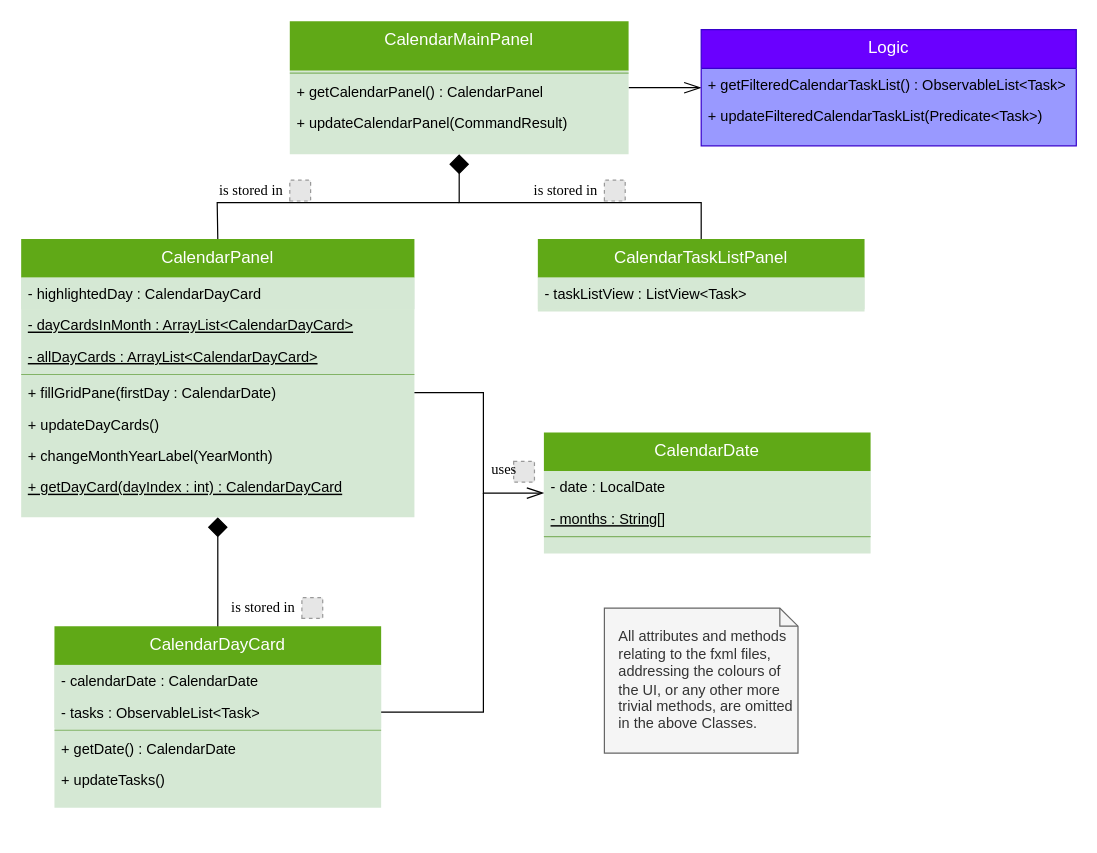
This is docs/diagrams/CalendarUiClassDiagram.drawio from yapdianhao/main, a draw.io file, before an edit. Source tidied: cells renumbered, new cells numbered last; positions are measured from the earlier drawing's top-left corner, leaving out a move shared by most shapes. Both pictures are drawn from the tidied source at 121%, with x=0, y=0 at pixel (21, 21). Pictures stored in the file or linked from it are replaced by grey dashed boxes.
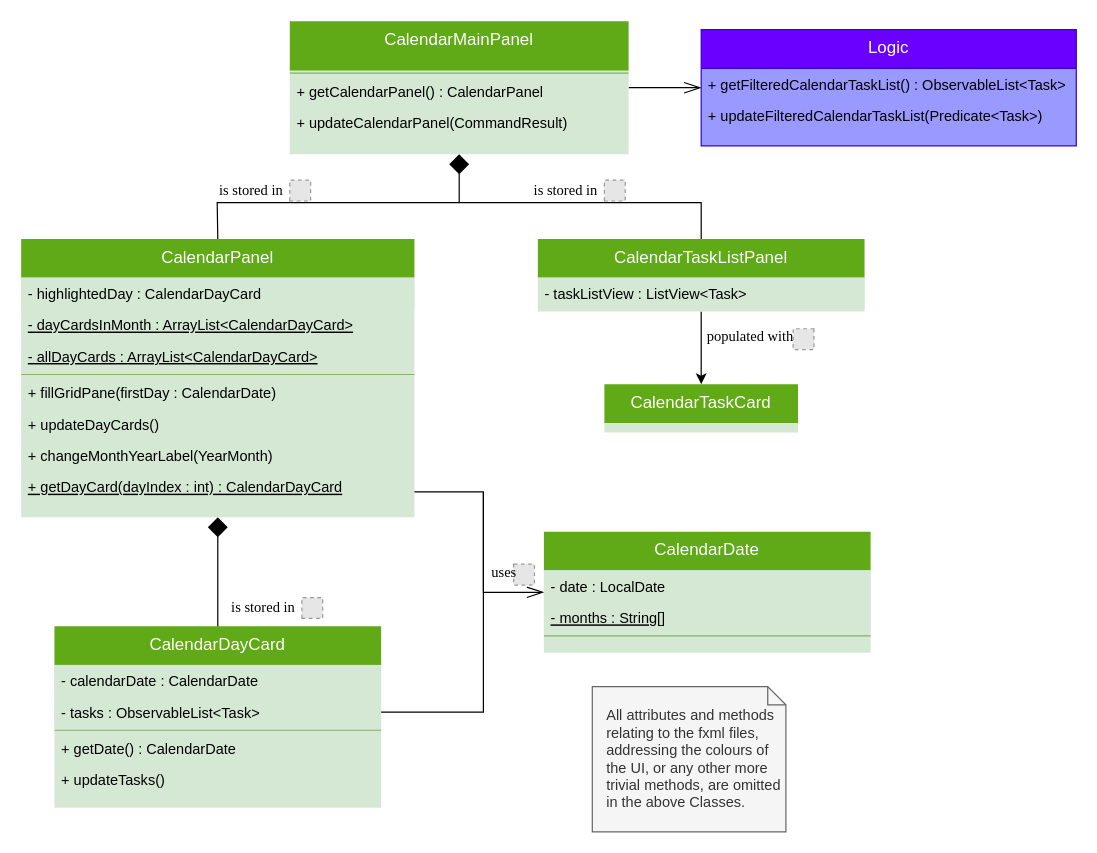
Above is the later version.

The change refers to these unchanged cells:
```xml
<mxCell id="8" value="CalendarTaskListPanel" style="swimlane;fontStyle=0;align=center;verticalAlign=top;horizontal=1;startSize=32;rounded=0;shadow=0;strokeWidth=1;fillColor=#60a917;strokeColor=none;fontColor=#ffffff;swimlaneFillColor=#D5E8D4;fontSize=14;" parent="1" vertex="1">
  <mxGeometry x="427" y="180" width="270" height="60" as="geometry" />
</mxCell>
<mxCell id="18" value="+ fillGridPane(firstDay : CalendarDate)" style="text;strokeColor=none;fillColor=none;align=left;verticalAlign=top;spacingLeft=4;spacingRight=4;overflow=hidden;points=[[0,0.5],[1,0.5]];portConstraint=eastwest;fontSize=12;" parent="13" vertex="1">
  <mxGeometry y="114" width="325" height="26" as="geometry" />
</mxCell>
```

Diff of the diagram source:
```diff
@@
     <mxCell id="7" value="&lt;div&gt;All attributes and methods relating to the fxml files, addressing the colours of the UI, or any other more trivial methods, are omitted in the above Classes.&lt;/div&gt;" style="shape=note;size=15;align=left;spacingLeft=10;html=1;whiteSpace=wrap;fillColor=#f5f5f5;strokeColor=#666666;fontColor=#333333;" parent="1" vertex="1">
-      <mxGeometry x="482" y="485" width="160" height="120" as="geometry" />
+      <mxGeometry x="472" y="550" width="160" height="120" as="geometry" />
     </mxCell>
+    <mxCell id="49" style="edgeStyle=orthogonalEdgeStyle;rounded=0;jettySize=auto;html=1;exitX=0.5;exitY=1;exitDx=0;exitDy=0;entryX=0.5;entryY=0;entryDx=0;entryDy=0;" parent="1" edge="1" source="8" target="51">
+      <mxGeometry relative="1" as="geometry" />
+    </mxCell>
@@
-    <mxCell id="28" style="edgeStyle=orthogonalEdgeStyle;rounded=0;jettySize=auto;html=1;exitX=1;exitY=0.5;exitDx=0;exitDy=0;entryX=0;entryY=0.5;entryDx=0;entryDy=0;startArrow=none;startFill=0;endArrow=openThin;endFill=0;endSize=12;strokeWidth=1;fontSize=12;" parent="1" edge="1" source="18" target="30">
+    <mxCell id="28" style="edgeStyle=orthogonalEdgeStyle;rounded=0;jettySize=auto;html=1;exitX=1;exitY=0.5;exitDx=0;exitDy=0;entryX=0;entryY=0.5;entryDx=0;entryDy=0;startArrow=none;startFill=0;endArrow=openThin;endFill=0;endSize=12;strokeWidth=1;fontSize=12;" parent="1" edge="1" target="30">
       <mxGeometry relative="1" as="geometry">
+        <mxPoint x="325" y="389" as="sourcePoint" />
         <Array as="points">
-          <mxPoint x="382" y="307" />
-          <mxPoint x="382" y="390" />
+          <mxPoint x="382" y="389" />
+          <mxPoint x="382" y="472" />
         </Array>
       </mxGeometry>
     </mxCell>
@@
     <mxCell id="30" value="CalendarDate" style="swimlane;fontStyle=0;align=center;verticalAlign=top;horizontal=1;startSize=32;rounded=0;shadow=0;strokeWidth=1;fillColor=#60a917;strokeColor=none;fontColor=#ffffff;swimlaneFillColor=#D5E8D4;fontSize=14;" parent="1" vertex="1">
-      <mxGeometry x="432" y="340" width="270" height="100" as="geometry" />
+      <mxGeometry x="432" y="422" width="270" height="100" as="geometry" />
     </mxCell>
@@
+    <mxCell id="50" style="group;" parent="1" vertex="1">
+      <mxGeometry x="387" y="446" width="77.2" height="20" as="geometry" />
+    </mxCell>
-    <mxCell id="46" style="group;" parent="1" vertex="1">
-      <mxGeometry x="387" y="361" width="77.2" height="20" as="geometry" />
+    <mxCell id="46" style="group;" parent="50" vertex="1">
+      <mxGeometry width="77.2" height="20" as="geometry" />
     </mxCell>
@@
+    <mxCell id="51" value="CalendarTaskCard" style="swimlane;fontStyle=0;align=center;verticalAlign=top;horizontal=1;startSize=32;rounded=0;shadow=0;strokeWidth=1;fillColor=#60a917;strokeColor=none;fontColor=#ffffff;swimlaneFillColor=#D5E8D4;fontSize=14;" parent="1" vertex="1">
+      <mxGeometry x="482" y="300" width="160" height="40" as="geometry" />
+    </mxCell>
+    <mxCell id="52" style="group;" parent="1" vertex="1">
+      <mxGeometry x="565" y="250" width="80" height="21.4" as="geometry" />
+    </mxCell>
+    <mxCell id="53" value="&lt;div align=&quot;left&quot;&gt;&lt;p&gt;&lt;font face=&quot;Times New Roman&quot;&gt;populated with&lt;/font&gt;&lt;/p&gt;&lt;/div&gt;" style="text;html=1;align=left;verticalAlign=middle;whiteSpace=wrap;rounded=0;shadow=0;" parent="52" vertex="1">
+      <mxGeometry y="1.4" width="80" height="20" as="geometry" />
+    </mxCell>
+    <mxCell id="54" style="fillColor=#E6E6E6;strokeColor=#999999;dashed=1;html=1;verticalAlign=top;verticalLabelPosition=bottom;labelBackgroundColor=#ffffff;rotation=90;" parent="1" vertex="1">
+      <mxGeometry x="638" y="254.2" width="17.2" height="17.2" as="geometry" />
+    </mxCell>
```
